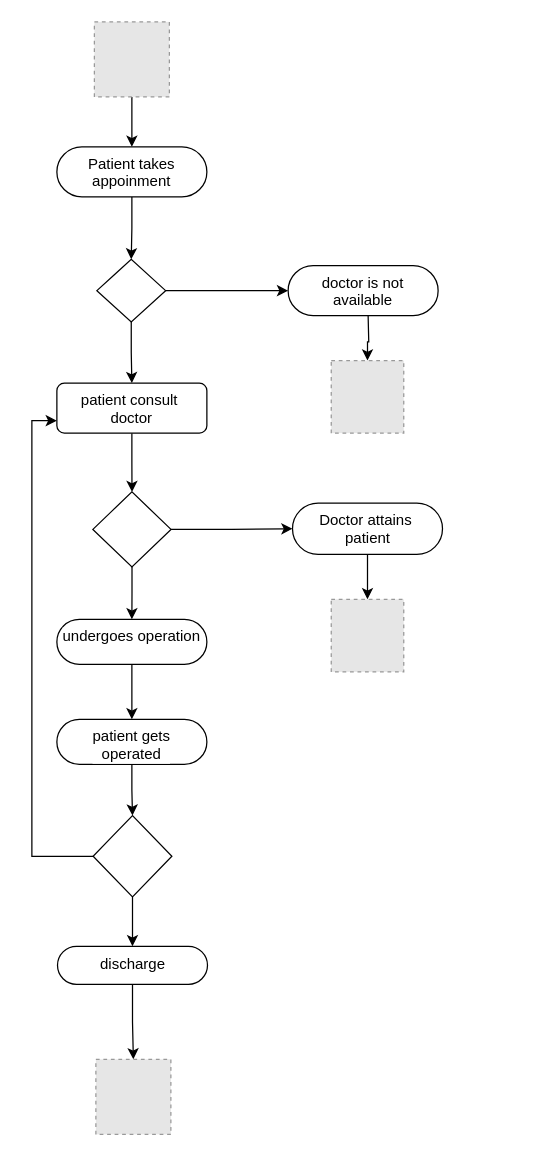
Before: New Tab_files/statetransition.drawio in Vipulp007/github, a draw.io diagram. Source tidied: cells renumbered, new cells numbered last; positions are measured from the earlier drawing's top-left corner, leaving out a move shared by most shapes. Both pictures are drawn from the tidied source at 125%, with x=0, y=0 at pixel (31, 21). Pictures stored in the file or linked from it are replaced by grey dashed boxes.
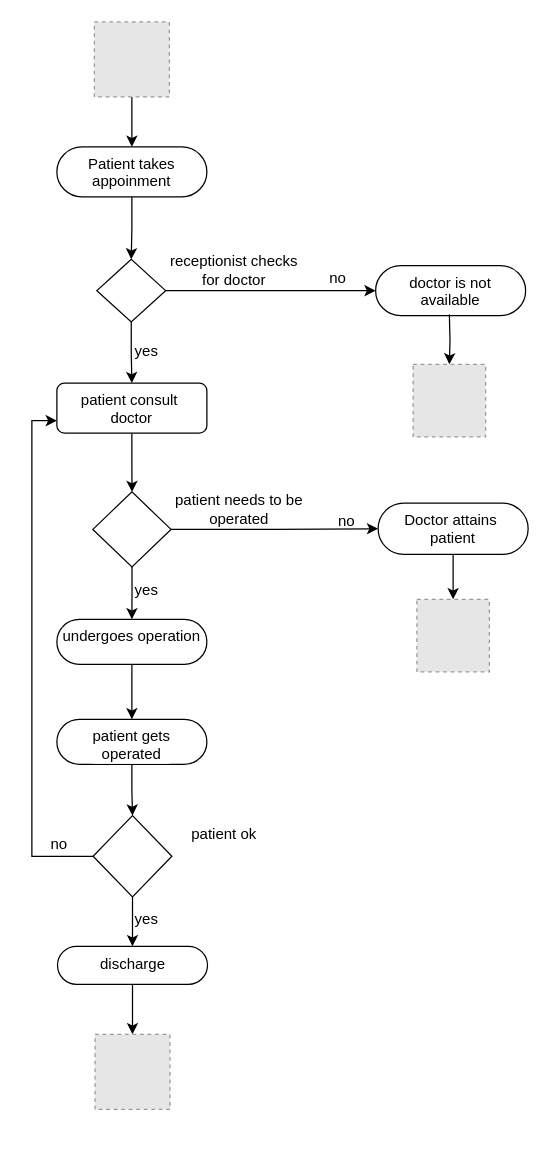
The same page after the edit.

The edit, as a diff of the source:
```diff
@@
     <mxCell id="9" value="doctor is not&lt;br&gt;available" style="whiteSpace=wrap;html=1;verticalAlign=top;rounded=1;labelBackgroundColor=#ffffff;arcSize=50;" parent="1" vertex="1">
-      <mxGeometry x="205" y="195" width="120" height="40" as="geometry" />
+      <mxGeometry x="275" y="195" width="120" height="40" as="geometry" />
     </mxCell>
@@
     <mxCell id="24" style="fillColor=#E6E6E6;strokeColor=#999999;dashed=1;html=1;verticalAlign=top;verticalLabelPosition=bottom;labelBackgroundColor=#ffffff;" parent="1" vertex="1">
-      <mxGeometry x="51.2" y="830" width="60" height="60" as="geometry" />
+      <mxGeometry x="50.5" y="810" width="60" height="60" as="geometry" />
     </mxCell>
@@
     <mxCell id="26" value="Doctor attains&amp;nbsp;&lt;br&gt;patient" style="whiteSpace=wrap;html=1;verticalAlign=top;rounded=1;labelBackgroundColor=#ffffff;arcSize=50;" parent="1" vertex="1">
-      <mxGeometry x="208.5" y="385" width="120" height="41" as="geometry" />
+      <mxGeometry x="277" y="385" width="120" height="41" as="geometry" />
     </mxCell>
     <mxCell id="27" style="fillColor=#E6E6E6;strokeColor=#999999;dashed=1;html=1;verticalAlign=top;verticalLabelPosition=bottom;labelBackgroundColor=#ffffff;" parent="1" vertex="1">
-      <mxGeometry x="239.5" y="462" width="58" height="58" as="geometry" />
+      <mxGeometry x="308" y="462" width="58" height="58" as="geometry" />
     </mxCell>
     <mxCell id="28" style="edgeStyle=orthogonalEdgeStyle;rounded=0;jettySize=auto;html=1;" parent="1" edge="1" target="29">
       <mxGeometry relative="1" as="geometry">
-        <mxPoint x="269" y="235" as="sourcePoint" />
+        <mxPoint x="334" y="234" as="sourcePoint" />
       </mxGeometry>
     </mxCell>
     <mxCell id="29" style="fillColor=#E6E6E6;strokeColor=#999999;dashed=1;html=1;verticalAlign=top;verticalLabelPosition=bottom;labelBackgroundColor=#ffffff;" parent="1" vertex="1">
-      <mxGeometry x="239.5" y="271" width="58" height="58" as="geometry" />
+      <mxGeometry x="305" y="274" width="58" height="58" as="geometry" />
     </mxCell>
+    <mxCell id="30" value="no" style="text;html=1;strokeColor=none;fillColor=none;align=center;verticalAlign=middle;whiteSpace=wrap;rounded=0;" parent="1" vertex="1">
+      <mxGeometry x="214.5" y="190" width="60" height="30" as="geometry" />
+    </mxCell>
+    <mxCell id="31" value="no" style="text;html=1;strokeColor=none;fillColor=none;align=center;verticalAlign=middle;whiteSpace=wrap;rounded=0;" parent="1" vertex="1">
+      <mxGeometry x="-8" y="650" width="60" height="15" as="geometry" />
+    </mxCell>
+    <mxCell id="32" value="no" style="text;html=1;strokeColor=none;fillColor=none;align=center;verticalAlign=middle;whiteSpace=wrap;rounded=0;" parent="1" vertex="1">
+      <mxGeometry x="221.5" y="385" width="60" height="30" as="geometry" />
+    </mxCell>
+    <mxCell id="33" value="receptionist checks for doctor" style="text;html=1;strokeColor=none;fillColor=none;align=center;verticalAlign=middle;whiteSpace=wrap;rounded=0;" parent="1" vertex="1">
+      <mxGeometry x="107" y="184" width="110" height="30" as="geometry" />
+    </mxCell>
+    <mxCell id="34" value="patient needs to be operated" style="text;html=1;strokeColor=none;fillColor=none;align=center;verticalAlign=middle;whiteSpace=wrap;rounded=0;" parent="1" vertex="1">
+      <mxGeometry x="111" y="375" width="110" height="30" as="geometry" />
+    </mxCell>
+    <mxCell id="35" value="patient ok" style="text;html=1;strokeColor=none;fillColor=none;align=center;verticalAlign=middle;whiteSpace=wrap;rounded=0;" parent="1" vertex="1">
+      <mxGeometry x="98.5" y="635" width="110" height="30" as="geometry" />
+    </mxCell>
+    <mxCell id="36" value="yes" style="text;html=1;strokeColor=none;fillColor=none;align=center;verticalAlign=middle;whiteSpace=wrap;rounded=0;" parent="1" vertex="1">
+      <mxGeometry x="62" y="256" width="60" height="15" as="geometry" />
+    </mxCell>
+    <mxCell id="37" value="yes" style="text;html=1;strokeColor=none;fillColor=none;align=center;verticalAlign=middle;whiteSpace=wrap;rounded=0;" parent="1" vertex="1">
+      <mxGeometry x="62" y="447" width="60" height="15" as="geometry" />
+    </mxCell>
+    <mxCell id="38" value="yes" style="text;html=1;strokeColor=none;fillColor=none;align=center;verticalAlign=middle;whiteSpace=wrap;rounded=0;" parent="1" vertex="1">
+      <mxGeometry x="62" y="710" width="60" height="15" as="geometry" />
+    </mxCell>
```
